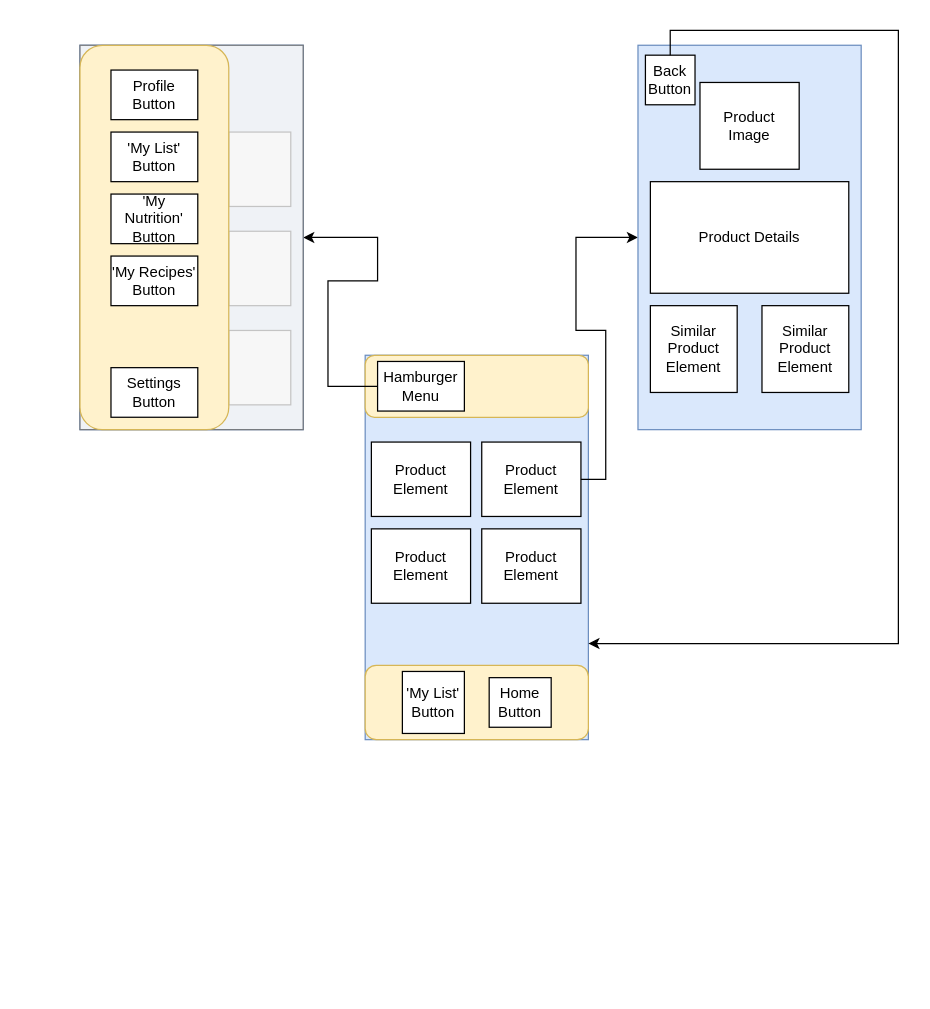
KyeBarker02/Eat_With_Ease keeps this draw.io diagram as Untitled Diagram.drawio. Above is the earlier version. Source tidied: cells renumbered, new cells numbered last; positions are measured from the earlier drawing's top-left corner, leaving out a move shared by most shapes. Both pictures are drawn from the tidied source at 124%, with x=0, y=0 at pixel (79, 30).
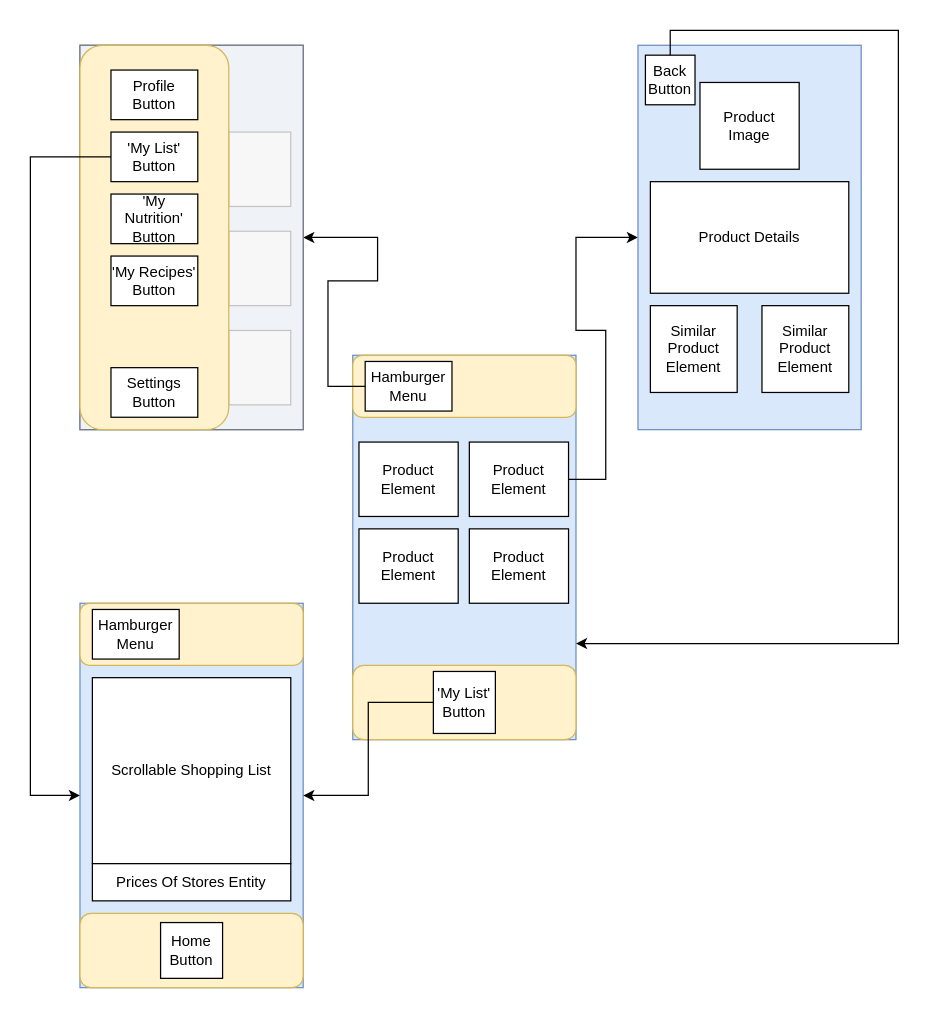
After the change.

Unchanged cells that the change refers to:
```xml
<mxCell id="30" value="'My List' Button" style="rounded=0;whiteSpace=wrap;html=1;" parent="22" vertex="1">
  <mxGeometry x="25" y="70" width="70" height="40" as="geometry" />
</mxCell>
```

The edit, as a diff of the source:
```diff
@@
     <mxCell id="2" style="group;" parent="1" vertex="1">
-      <mxGeometry x="230" y="262" width="180" height="310" as="geometry" />
+      <mxGeometry x="220" y="262" width="180" height="310" as="geometry" />
     </mxCell>
@@
-    <mxCell id="5" value="Home Button" style="rounded=0;whiteSpace=wrap;html=1;" parent="2" vertex="1">
-      <mxGeometry x="100" y="260" width="50" height="40" as="geometry" />
-    </mxCell>
-    <mxCell id="6" value="'My List' Button" style="rounded=0;whiteSpace=wrap;html=1;" parent="2" vertex="1">
-      <mxGeometry x="30" y="255" width="50" height="50" as="geometry" />
-    </mxCell>
@@
+    <mxCell id="6" value="'My List' Button" style="rounded=0;whiteSpace=wrap;html=1;" parent="2" vertex="1">
+      <mxGeometry x="65" y="255" width="50" height="50" as="geometry" />
+    </mxCell>
@@
+    <mxCell id="35" style="rounded=0;whiteSpace=wrap;html=1;fillColor=#dae8fc;strokeColor=#6c8ebf;" parent="1" vertex="1">
+      <mxGeometry y="462" width="180" height="310" as="geometry" />
+    </mxCell>
+    <mxCell id="36" style="rounded=1;whiteSpace=wrap;html=1;fillColor=#fff2cc;strokeColor=#d6b656;" parent="1" vertex="1">
+      <mxGeometry y="462" width="180" height="50" as="geometry" />
+    </mxCell>
+    <mxCell id="37" style="rounded=1;whiteSpace=wrap;html=1;fillColor=#fff2cc;strokeColor=#d6b656;" parent="1" vertex="1">
+      <mxGeometry y="712" width="180" height="60" as="geometry" />
+    </mxCell>
+    <mxCell id="38" value="Hamburger Menu" style="rounded=0;whiteSpace=wrap;html=1;" parent="1" vertex="1">
+      <mxGeometry x="10" y="467" width="70" height="40" as="geometry" />
+    </mxCell>
+    <mxCell id="5" value="Home Button" style="rounded=0;whiteSpace=wrap;html=1;" parent="1" vertex="1">
+      <mxGeometry x="65" y="719.5" width="50" height="45" as="geometry" />
+    </mxCell>
+    <mxCell id="39" value="Scrollable Shopping List" style="rounded=0;whiteSpace=wrap;html=1;" parent="1" vertex="1">
+      <mxGeometry x="10" y="522" width="160" height="150" as="geometry" />
+    </mxCell>
+    <mxCell id="40" value="Prices Of Stores Entity" style="rounded=0;whiteSpace=wrap;html=1;" parent="1" vertex="1">
+      <mxGeometry x="10" y="672" width="160" height="30" as="geometry" />
+    </mxCell>
+    <mxCell id="41" style="edgeStyle=orthogonalEdgeStyle;rounded=0;jettySize=auto;html=1;exitX=0;exitY=0.5;exitDx=0;exitDy=0;entryX=1;entryY=0.5;entryDx=0;entryDy=0;" parent="1" edge="1" source="6" target="35">
+      <mxGeometry relative="1" as="geometry" />
+    </mxCell>
+    <mxCell id="42" style="edgeStyle=orthogonalEdgeStyle;rounded=0;jettySize=auto;html=1;exitX=0;exitY=0.5;exitDx=0;exitDy=0;entryX=0;entryY=0.5;entryDx=0;entryDy=0;" parent="1" edge="1" source="30" target="35">
+      <mxGeometry relative="1" as="geometry">
+        <Array as="points">
+          <mxPoint x="-40" y="102" />
+          <mxPoint x="-40" y="617" />
+        </Array>
+      </mxGeometry>
+    </mxCell>
```
